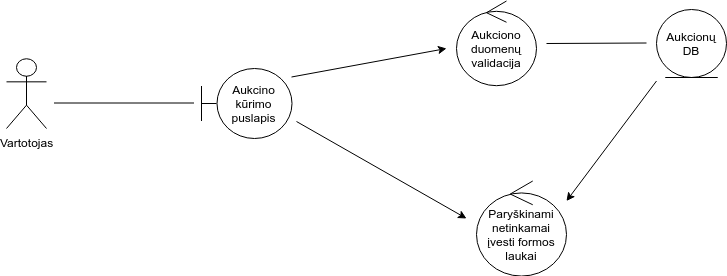
The draw.io diagram img/sukurti.png in ievavizg/PSI, before a commit. Source tidied: cells renumbered, new cells last; positions are measured from the earlier drawing's top-left corner, leaving out a move shared by most shapes.
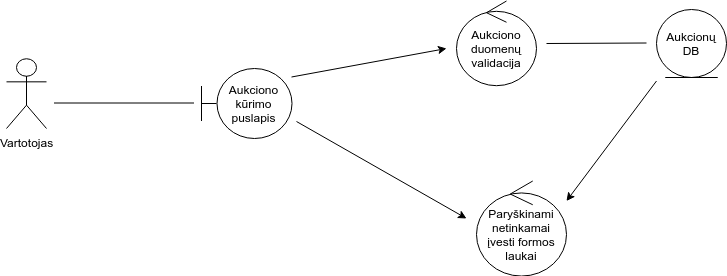
Above is the later version.

What changed in the source:
```diff
@@ -5,7 +5,7 @@
     <mxCell id="2" value="Vartotojas" style="shape=umlActor;verticalLabelPosition=bottom;labelBackgroundColor=#ffffff;verticalAlign=top;html=1;" parent="1" vertex="1">
       <mxGeometry y="58" width="40" height="70" as="geometry" />
     </mxCell>
-    <mxCell id="3" value="Aukcino kūrimo puslapis" style="shape=umlBoundary;whiteSpace=wrap;html=1;" parent="1" vertex="1">
+    <mxCell id="3" value="Aukciono kūrimo puslapis" style="shape=umlBoundary;whiteSpace=wrap;html=1;" parent="1" vertex="1">
       <mxGeometry x="195" y="68" width="90" height="70" as="geometry" />
     </mxCell>
     <mxCell id="4" style="endArrow=none;html=1;" parent="1" edge="1">
```
